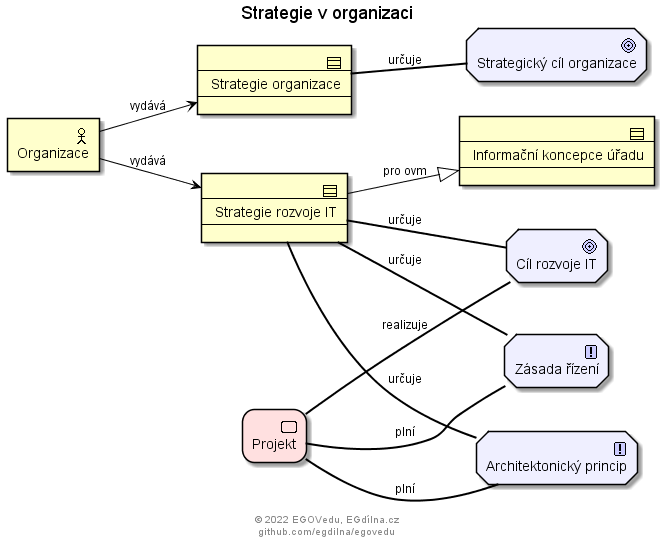
The PlantUML diagram diagramy/metamodely/strategie.png in egdilna/egovedu, before a commit. Its diagram source:
```plantuml
@startuml strategie
title Strategie v organizaci
footer
© 2022 EGOVedu, EGdílna.cz
github.com/egdilna/egovedu
end footer
!include <archimate/archimate>
left to right direction
Business_Actor(metamodelorganizace, "Organizace")
Business_Contract(metamodelbyzstrategie, "Strategie organizace")
Business_Contract(metamodelitstrategie, "Strategie rozvoje IT")
Business_Contract(metamodelikovs, "Informační koncepce úřadu")
Motivation_Goal(metamodelbyzstratcil, "Strategický cíl organizace")
Motivation_Goal(metamodelitcil, "Cíl rozvoje IT")
Motivation_Principle(metamodelprincip, "Architektonický princip")
Motivation_Principle(metamodelzasada, "Zásada řízení")
Implementation_WorkPackage(metamodelprojekt, "Projekt")
Rel_Serving(metamodelorganizace, metamodelbyzstrategie, vydává)
Rel_Serving(metamodelorganizace, metamodelitstrategie, vydává)
Rel_Specialization(metamodelitstrategie, metamodelikovs, "pro ovm")
Rel_Association(metamodelbyzstrategie, metamodelbyzstratcil, určuje)
Rel_Association(metamodelitstrategie, metamodelitcil, určuje)
Rel_Association(metamodelitstrategie, metamodelprincip, určuje)
Rel_Association(metamodelitstrategie, metamodelzasada, určuje)
Rel_Association(metamodelprojekt, metamodelitcil, realizuje)
Rel_Association(metamodelprojekt, metamodelprincip, plní)
Rel_Association(metamodelprojekt, metamodelzasada, plní)
@enduml
```
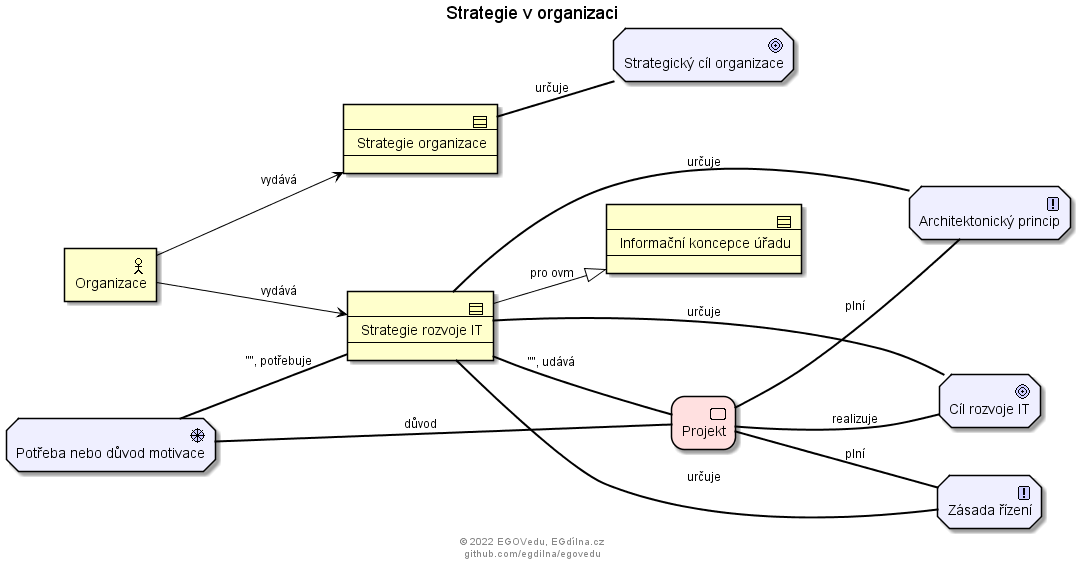
After the change.

Commit message:
práce na textuverze diagramu metamodel strategie - přidána potřeba a realizační projekt

Change to the diagram source:
```diff
@@ -7,6 +7,7 @@
 !include <archimate/archimate>
 left to right direction
 Business_Actor(metamodelorganizace, "Organizace")
+Motivation_Driver(metamodelpotreba, "Potřeba nebo důvod motivace")
 Business_Contract(metamodelbyzstrategie, "Strategie organizace")
 Business_Contract(metamodelitstrategie, "Strategie rozvoje IT")
 Business_Contract(metamodelikovs, "Informační koncepce úřadu")
@@ -17,11 +18,14 @@
 Implementation_WorkPackage(metamodelprojekt, "Projekt")
 Rel_Serving(metamodelorganizace, metamodelbyzstrategie, vydává)
 Rel_Serving(metamodelorganizace, metamodelitstrategie, vydává)
+Rel_Association(metamodelpotreba, metamodelitstrategie), potřebuje
 Rel_Specialization(metamodelitstrategie, metamodelikovs, "pro ovm")
 Rel_Association(metamodelbyzstrategie, metamodelbyzstratcil, určuje)
 Rel_Association(metamodelitstrategie, metamodelitcil, určuje)
 Rel_Association(metamodelitstrategie, metamodelprincip, určuje)
 Rel_Association(metamodelitstrategie, metamodelzasada, určuje)
+Rel_Association(metamodelitstrategie, metamodelprojekt), udává
+Rel_Association(metamodelpotreba, metamodelprojekt, důvod)
 Rel_Association(metamodelprojekt, metamodelitcil, realizuje)
 Rel_Association(metamodelprojekt, metamodelprincip, plní)
 Rel_Association(metamodelprojekt, metamodelzasada, plní)
```
